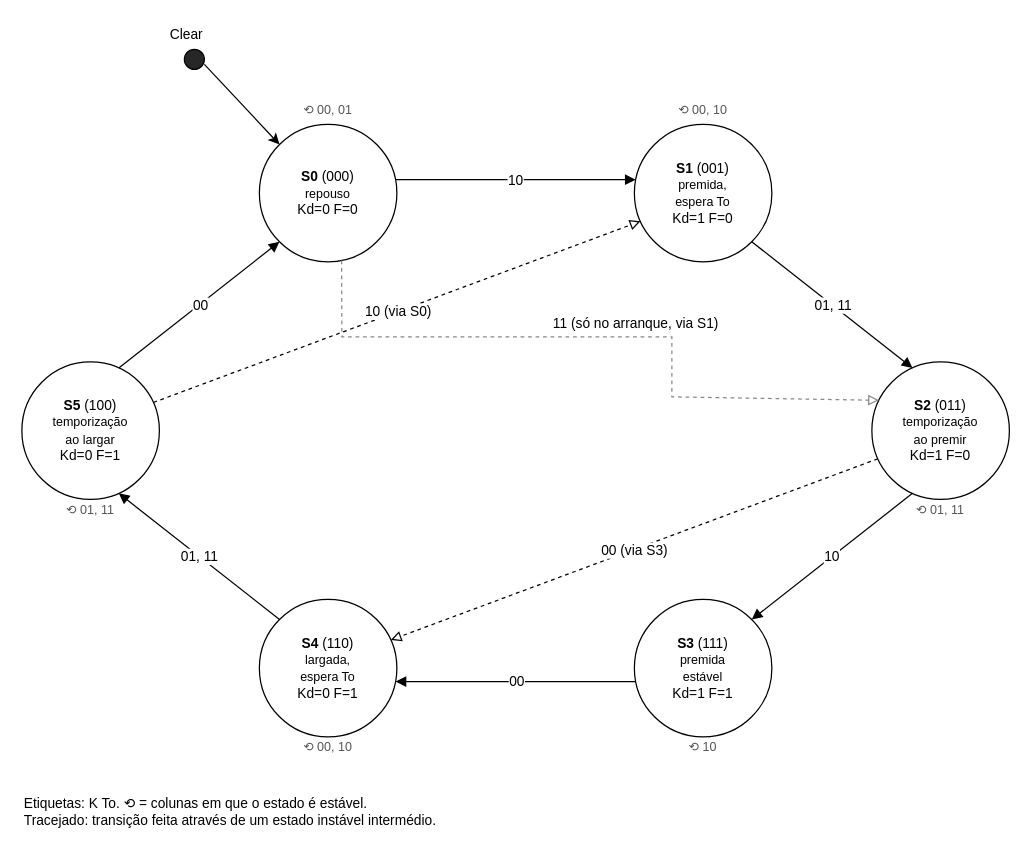
dieguscl/sd2 keeps this draw.io diagram as lab3/relatorio/figuras/diagrama_estados.drawio. Above is the earlier version. Source tidied: cells renumbered, new cells numbered last; positions are measured from the earlier drawing's top-left corner, leaving out a move shared by most shapes. Both pictures are drawn from the tidied source at 125%, with x=0, y=0 at pixel (21, 21).
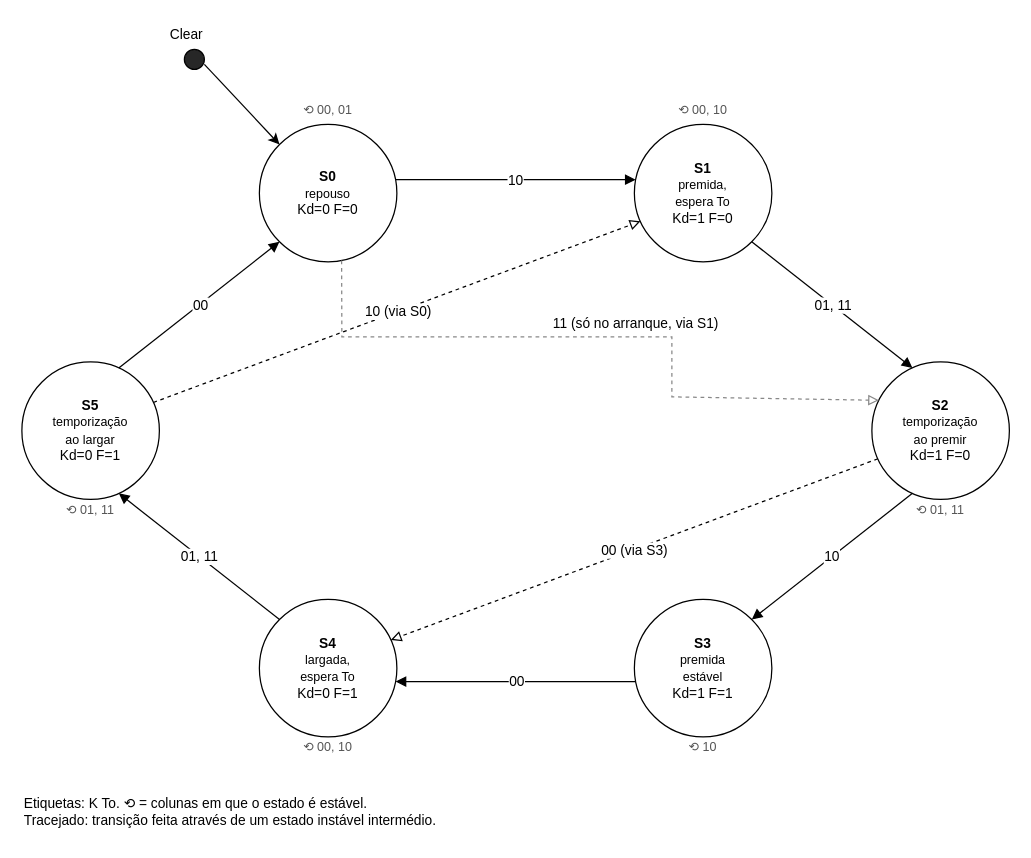
The same page after the edit.

Diff of the diagram source:
```diff
@@
-    <mxCell id="2" value="&lt;b&gt;S0&lt;/b&gt; (000)&lt;br&gt;&lt;font style=&quot;font-size:10px&quot;&gt;repouso&lt;/font&gt;&lt;br&gt;Kd=0 F=0" style="ellipse;whiteSpace=wrap;html=1;fontSize=11;" parent="1" vertex="1">
+    <mxCell id="2" value="&lt;b&gt;S0&lt;/b&gt;&lt;br&gt;&lt;font style=&quot;font-size:10px&quot;&gt;repouso&lt;/font&gt;&lt;br&gt;Kd=0 F=0" style="ellipse;whiteSpace=wrap;html=1;fontSize=11;" parent="1" vertex="1">
       <mxGeometry x="190" y="82" width="110" height="110" as="geometry" />
     </mxCell>
@@
-    <mxCell id="4" value="&lt;b&gt;S1&lt;/b&gt; (001)&lt;br&gt;&lt;font style=&quot;font-size:10px&quot;&gt;premida,&lt;br&gt;espera To&lt;/font&gt;&lt;br&gt;Kd=1 F=0" style="ellipse;whiteSpace=wrap;html=1;fontSize=11;" parent="1" vertex="1">
+    <mxCell id="4" value="&lt;b&gt;S1&lt;/b&gt;&lt;br&gt;&lt;font style=&quot;font-size:10px&quot;&gt;premida,&lt;br&gt;espera To&lt;/font&gt;&lt;br&gt;Kd=1 F=0" style="ellipse;whiteSpace=wrap;html=1;fontSize=11;" parent="1" vertex="1">
       <mxGeometry x="490" y="82" width="110" height="110" as="geometry" />
     </mxCell>
@@
-    <mxCell id="6" value="&lt;b&gt;S2&lt;/b&gt; (011)&lt;br&gt;&lt;font style=&quot;font-size:10px&quot;&gt;temporização&lt;br&gt;ao premir&lt;/font&gt;&lt;br&gt;Kd=1 F=0" style="ellipse;whiteSpace=wrap;html=1;fontSize=11;" parent="1" vertex="1">
+    <mxCell id="6" value="&lt;b&gt;S2&lt;/b&gt;&lt;br&gt;&lt;font style=&quot;font-size:10px&quot;&gt;temporização&lt;br&gt;ao premir&lt;/font&gt;&lt;br&gt;Kd=1 F=0" style="ellipse;whiteSpace=wrap;html=1;fontSize=11;" parent="1" vertex="1">
       <mxGeometry x="680" y="272" width="110" height="110" as="geometry" />
     </mxCell>
@@
-    <mxCell id="8" value="&lt;b&gt;S3&lt;/b&gt; (111)&lt;br&gt;&lt;font style=&quot;font-size:10px&quot;&gt;premida&lt;br&gt;estável&lt;/font&gt;&lt;br&gt;Kd=1 F=1" style="ellipse;whiteSpace=wrap;html=1;fontSize=11;" parent="1" vertex="1">
+    <mxCell id="8" value="&lt;b&gt;S3&lt;/b&gt;&lt;br&gt;&lt;font style=&quot;font-size:10px&quot;&gt;premida&lt;br&gt;estável&lt;/font&gt;&lt;br&gt;Kd=1 F=1" style="ellipse;whiteSpace=wrap;html=1;fontSize=11;" parent="1" vertex="1">
       <mxGeometry x="490" y="462" width="110" height="110" as="geometry" />
     </mxCell>
@@
-    <mxCell id="10" value="&lt;b&gt;S4&lt;/b&gt; (110)&lt;br&gt;&lt;font style=&quot;font-size:10px&quot;&gt;largada,&lt;br&gt;espera To&lt;/font&gt;&lt;br&gt;Kd=0 F=1" style="ellipse;whiteSpace=wrap;html=1;fontSize=11;" parent="1" vertex="1">
+    <mxCell id="10" value="&lt;b&gt;S4&lt;/b&gt;&lt;br&gt;&lt;font style=&quot;font-size:10px&quot;&gt;largada,&lt;br&gt;espera To&lt;/font&gt;&lt;br&gt;Kd=0 F=1" style="ellipse;whiteSpace=wrap;html=1;fontSize=11;" parent="1" vertex="1">
       <mxGeometry x="190" y="462" width="110" height="110" as="geometry" />
     </mxCell>
@@
-    <mxCell id="12" value="&lt;b&gt;S5&lt;/b&gt; (100)&lt;br&gt;&lt;font style=&quot;font-size:10px&quot;&gt;temporização&lt;br&gt;ao largar&lt;/font&gt;&lt;br&gt;Kd=0 F=1" style="ellipse;whiteSpace=wrap;html=1;fontSize=11;" parent="1" vertex="1">
+    <mxCell id="12" value="&lt;b&gt;S5&lt;/b&gt;&lt;br&gt;&lt;font style=&quot;font-size:10px&quot;&gt;temporização&lt;br&gt;ao largar&lt;/font&gt;&lt;br&gt;Kd=0 F=1" style="ellipse;whiteSpace=wrap;html=1;fontSize=11;" parent="1" vertex="1">
       <mxGeometry y="272" width="110" height="110" as="geometry" />
     </mxCell>
```
